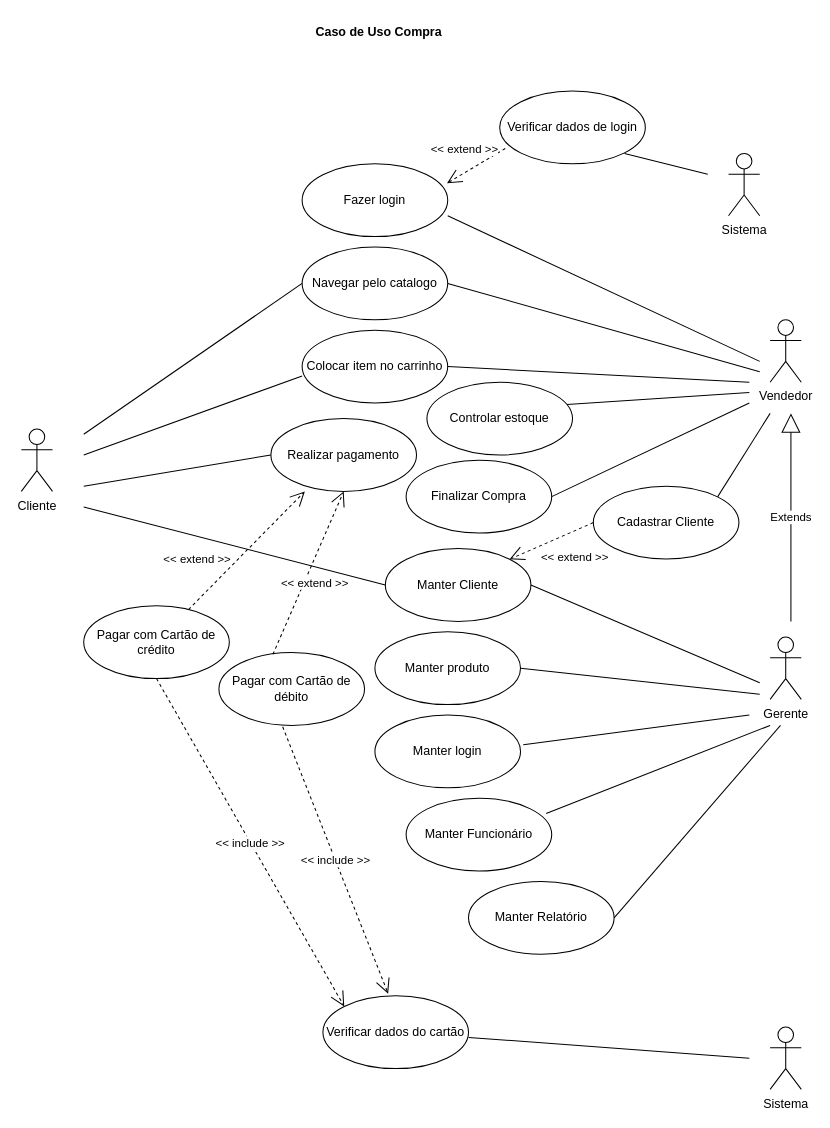
Earlier version of the draw.io diagram CasoDeUso.drawio (EdilsonMedeiros/Projeto-Loja). Source tidied: cells renumbered, new cells numbered last; positions are measured from the earlier drawing's top-left corner, leaving out a move shared by most shapes. Both pictures are drawn from the tidied source at 104%, with x=0, y=0 at pixel (21, 18).
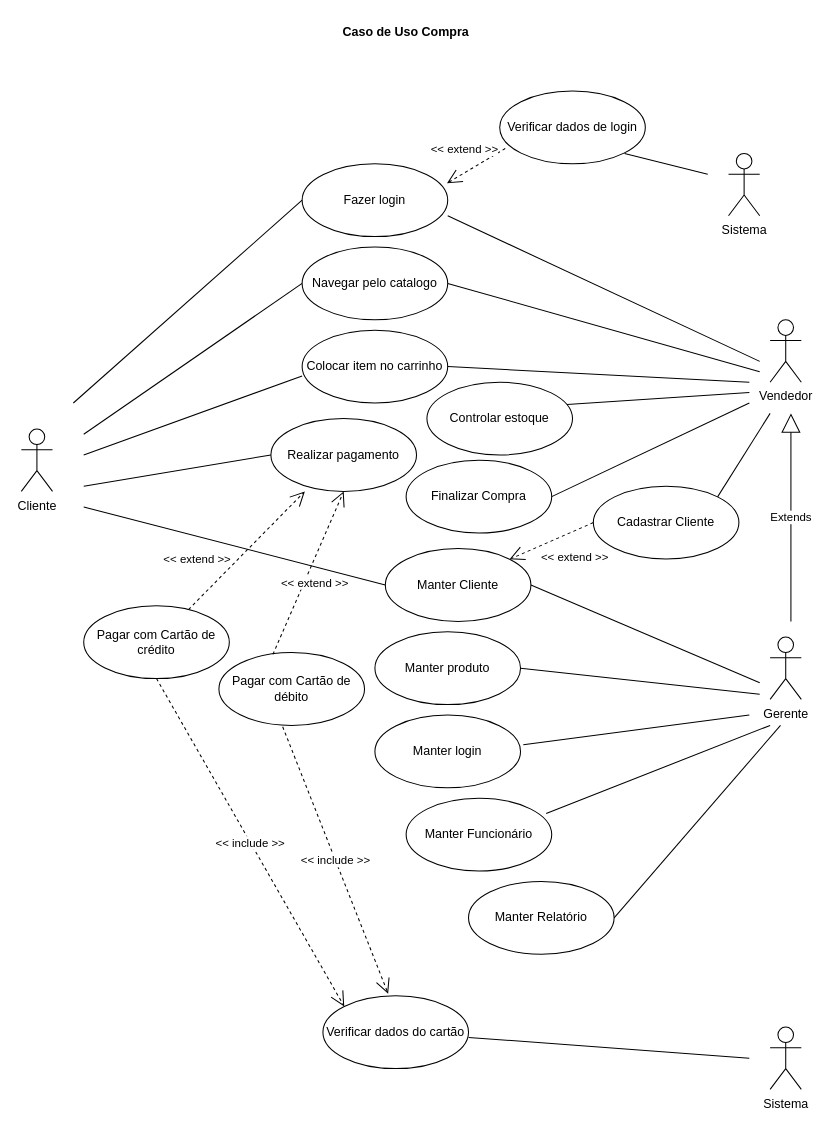
After the change.

Unchanged cells that the change refers to:
```xml
<mxCell id="11" value="Fazer login" style="ellipse;whiteSpace=wrap;html=1;" parent="1" vertex="1">
  <mxGeometry x="270" y="140" width="140" height="70" as="geometry" />
</mxCell>
```

Diff of the diagram source:
```diff
@@
     <mxCell id="6" value="Caso de Uso Compra" style="text;align=center;fontStyle=1;verticalAlign=middle;spacingLeft=3;spacingRight=3;strokeColor=none;" parent="1" vertex="1">
-      <mxGeometry x="304" width="80" height="26" as="geometry" />
+      <mxGeometry x="330" width="80" height="26" as="geometry" />
     </mxCell>
@@
+    <mxCell id="48" style="endArrow=none;html=1;entryX=0;entryY=0.5;entryDx=0;entryDy=0;" parent="1" edge="1" target="11">
+      <mxGeometry relative="1" as="geometry">
+        <mxPoint x="50" y="370" as="sourcePoint" />
+      </mxGeometry>
+    </mxCell>
```
